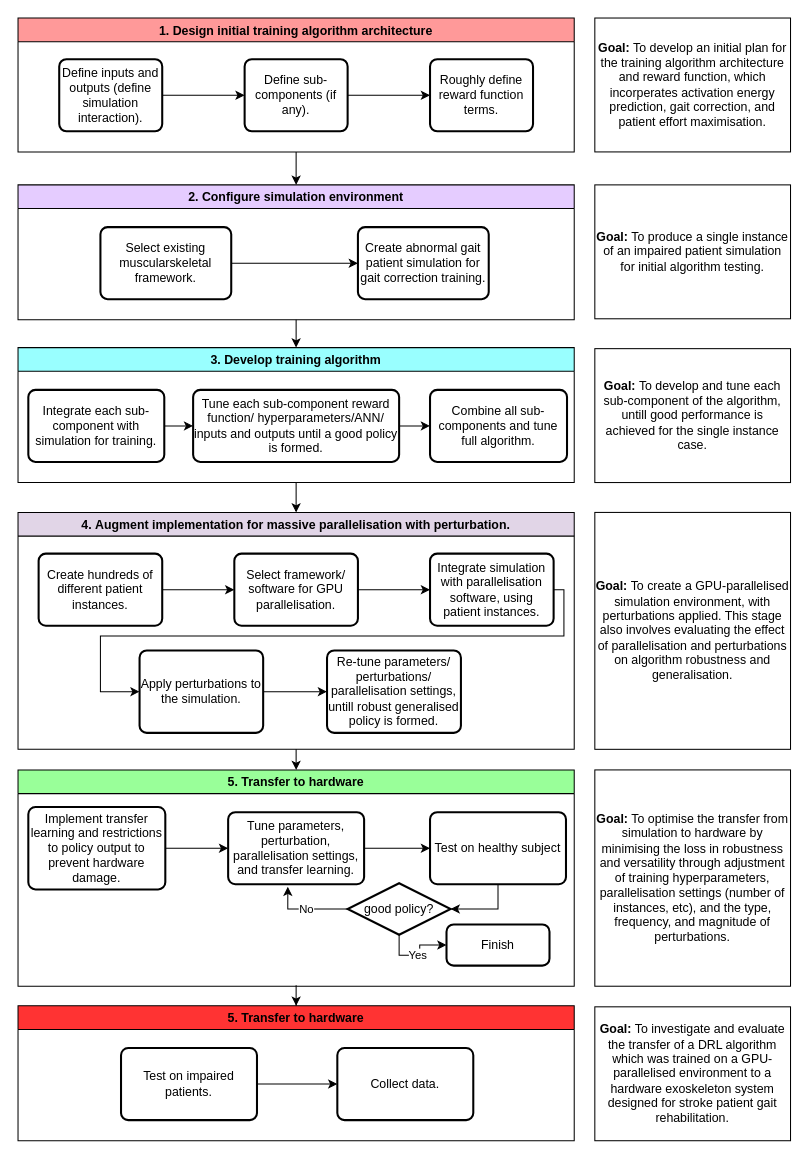
LeoCain/MASS_EXO keeps this draw.io diagram as Untitled Diagram.drawio. Above is the earlier version. Source tidied: cells renumbered, new cells numbered last; positions are measured from the earlier drawing's top-left corner, leaving out a move shared by most shapes. Both pictures are drawn from the tidied source at 103%, with x=0, y=0 at pixel (18, 18).
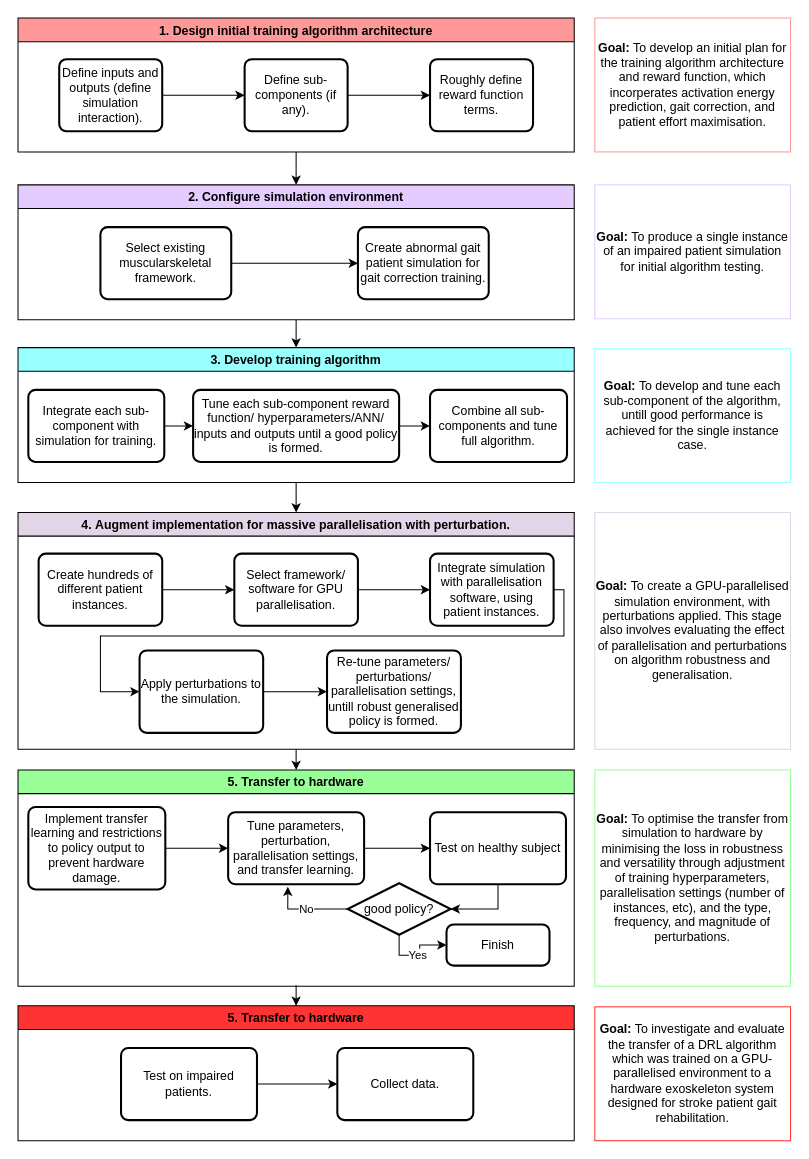
The same page after the edit.

Commit message:
colour goal box outlines

Change to the diagram source:
```diff
@@
-    <mxCell id="48" value="&lt;b&gt;Goal:&lt;/b&gt;&amp;nbsp;To develop an initial plan for the training algorithm architecture and reward function, which incorperates activation energy prediction, gait correction, and patient effort maximisation." style="rounded=0;whiteSpace=wrap;html=1;fillColor=#FFFFFF;" parent="1" vertex="1">
+    <mxCell id="48" value="&lt;b&gt;Goal:&lt;/b&gt;&amp;nbsp;To develop an initial plan for the training algorithm architecture and reward function, which incorperates activation energy prediction, gait correction, and patient effort maximisation." style="rounded=0;whiteSpace=wrap;html=1;fillColor=#FFFFFF;strokeColor=#FF9999;" parent="1" vertex="1">
       <mxGeometry x="560" width="190" height="130" as="geometry" />
     </mxCell>
-    <mxCell id="49" value="&lt;b&gt;Goal:&lt;/b&gt;&amp;nbsp;To produce a single instance of an impaired patient simulation for initial algorithm testing." style="rounded=0;whiteSpace=wrap;html=1;fillColor=#FFFFFF;" parent="1" vertex="1">
+    <mxCell id="49" value="&lt;b&gt;Goal:&lt;/b&gt;&amp;nbsp;To produce a single instance of an impaired patient simulation for initial algorithm testing." style="rounded=0;whiteSpace=wrap;html=1;fillColor=#FFFFFF;strokeColor=#E5CCFF;" parent="1" vertex="1">
       <mxGeometry x="560" y="162" width="190" height="130" as="geometry" />
     </mxCell>
-    <mxCell id="50" value="&lt;b&gt;Goal:&lt;/b&gt;&amp;nbsp;To develop and tune each sub-component of the algorithm, untill good performance is achieved for the single instance case." style="rounded=0;whiteSpace=wrap;html=1;fillColor=#FFFFFF;" parent="1" vertex="1">
+    <mxCell id="50" value="&lt;b&gt;Goal:&lt;/b&gt;&amp;nbsp;To develop and tune each sub-component of the algorithm, untill good performance is achieved for the single instance case." style="rounded=0;whiteSpace=wrap;html=1;fillColor=#FFFFFF;strokeColor=#99FFFF;" parent="1" vertex="1">
       <mxGeometry x="560" y="321" width="190" height="130" as="geometry" />
     </mxCell>
-    <mxCell id="51" value="&lt;b&gt;Goal:&lt;/b&gt;&amp;nbsp;To create a GPU-parallelised simulation environment, with perturbations applied. This stage also involves evaluating the effect of parallelisation and perturbations on algorithm robustness and generalisation." style="rounded=0;whiteSpace=wrap;html=1;fillColor=#FFFFFF;" parent="1" vertex="1">
+    <mxCell id="51" value="&lt;b&gt;Goal:&lt;/b&gt;&amp;nbsp;To create a GPU-parallelised simulation environment, with perturbations applied. This stage also involves evaluating the effect of parallelisation and perturbations on algorithm robustness and generalisation." style="rounded=0;whiteSpace=wrap;html=1;fillColor=#FFFFFF;strokeColor=#E1D5E7;" parent="1" vertex="1">
       <mxGeometry x="560" y="480" width="190" height="230" as="geometry" />
     </mxCell>
-    <mxCell id="52" value="&lt;b&gt;Goal:&lt;/b&gt;&amp;nbsp;To optimise the transfer from simulation to hardware by minimising the loss in robustness and versatility through adjustment of training hyperparameters, parallelisation settings (number of instances, etc), and the type, frequency, and magnitude of perturbations." style="rounded=0;whiteSpace=wrap;html=1;fillColor=#FFFFFF;" parent="1" vertex="1">
+    <mxCell id="52" value="&lt;b&gt;Goal:&lt;/b&gt;&amp;nbsp;To optimise the transfer from simulation to hardware by minimising the loss in robustness and versatility through adjustment of training hyperparameters, parallelisation settings (number of instances, etc), and the type, frequency, and magnitude of perturbations." style="rounded=0;whiteSpace=wrap;html=1;fillColor=#FFFFFF;strokeColor=#99FF99;" parent="1" vertex="1">
       <mxGeometry x="560" y="730" width="190" height="210" as="geometry" />
     </mxCell>
-    <mxCell id="53" value="&lt;b&gt;Goal:&lt;/b&gt;&amp;nbsp;To investigate and evaluate the transfer of a DRL algorithm which was trained on a GPU-parallelised environment to a hardware exoskeleton system designed for stroke patient gait rehabilitation." style="rounded=0;whiteSpace=wrap;html=1;fillColor=#FFFFFF;" parent="1" vertex="1">
+    <mxCell id="53" value="&lt;b&gt;Goal:&lt;/b&gt;&amp;nbsp;To investigate and evaluate the transfer of a DRL algorithm which was trained on a GPU-parallelised environment to a hardware exoskeleton system designed for stroke patient gait rehabilitation." style="rounded=0;whiteSpace=wrap;html=1;fillColor=#FFFFFF;strokeColor=#FF3333;" parent="1" vertex="1">
       <mxGeometry x="560" y="960" width="190" height="130" as="geometry" />
     </mxCell>
```
